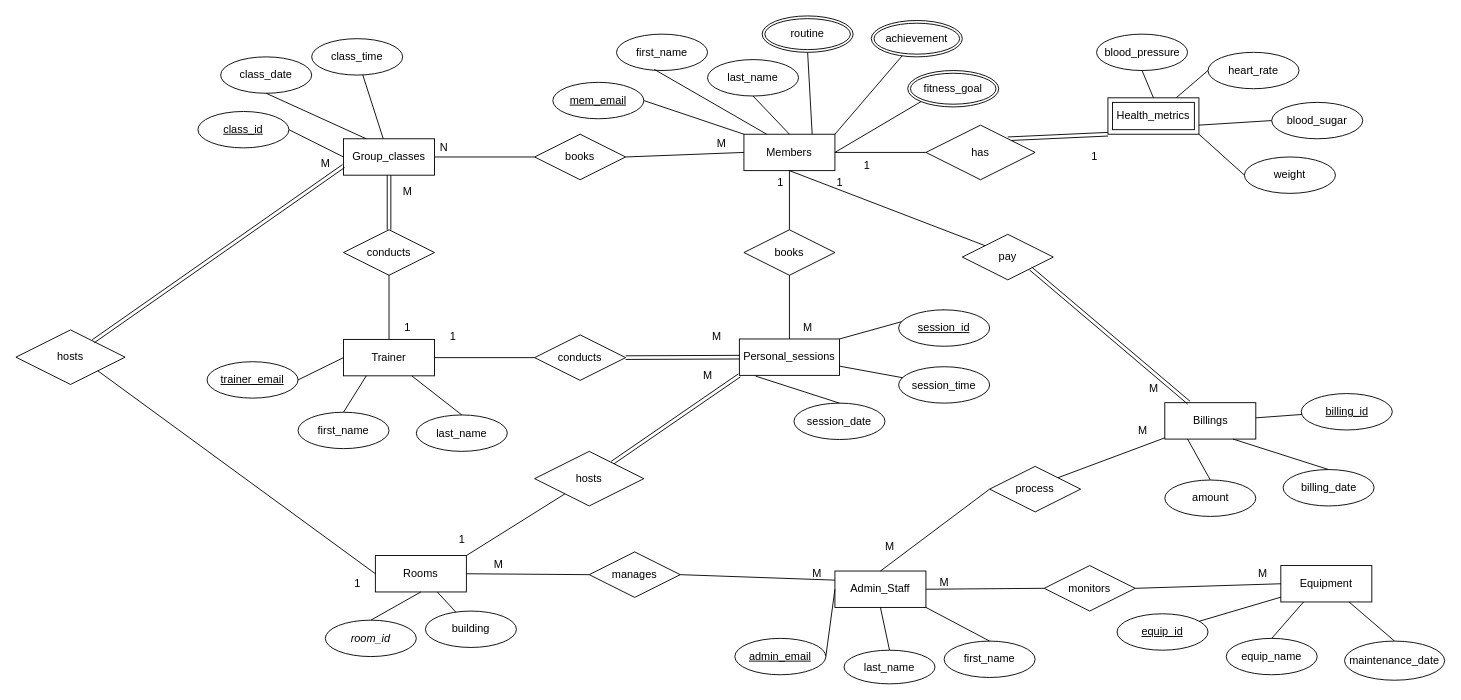
The draw.io diagram design_diagrams/ER_Model.drawio in Areej504/UrHealthApp, before the edit. Source tidied: cells renumbered, new cells numbered last; positions are measured from the earlier drawing's top-left corner, leaving out a move shared by most shapes. Both pictures are drawn from the tidied source at 91%, with x=0, y=0 at pixel (15, 15).
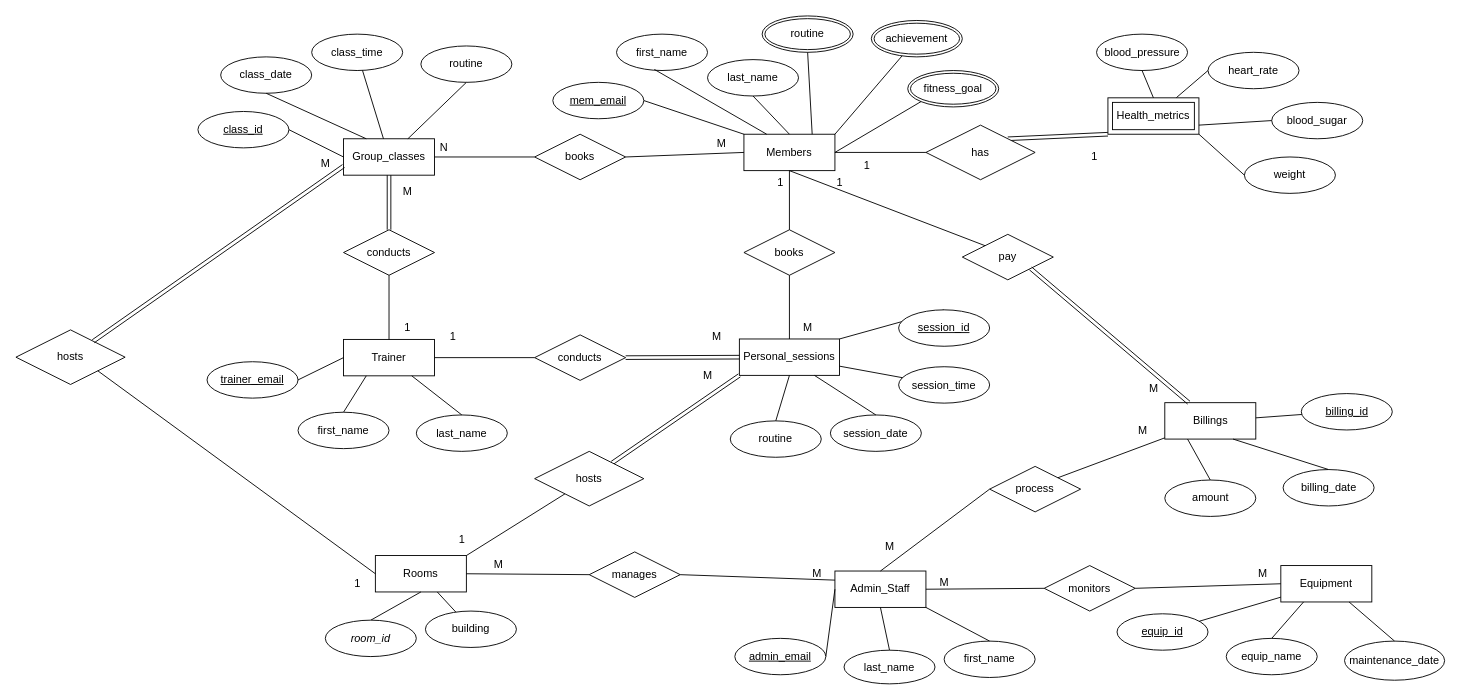
The same page after the edit.

Unchanged cells that the change refers to:
```xml
<mxCell id="28" value="Personal_sessions" style="whiteSpace=wrap;html=1;align=center;" parent="1" vertex="1">
  <mxGeometry x="795" y="355" width="110" height="40" as="geometry" />
</mxCell>
<mxCell id="63" value="Group_classes" style="whiteSpace=wrap;html=1;align=center;" parent="1" vertex="1">
  <mxGeometry x="360" y="135" width="100" height="40" as="geometry" />
</mxCell>
```

The edit, as a diff of the source:
```diff
@@
     <mxCell id="29" value="session_date" style="ellipse;whiteSpace=wrap;html=1;align=center;" parent="1" vertex="1">
-      <mxGeometry x="855" y="425.5" width="100" height="40" as="geometry" />
+      <mxGeometry x="895" y="438.5" width="100" height="40" as="geometry" />
     </mxCell>
@@
-    <mxCell id="31" style="endArrow=none;html=1;rounded=0;entryX=0.5;entryY=0;entryDx=0;entryDy=0;exitX=0.162;exitY=1.02;exitDx=0;exitDy=0;exitPerimeter=0;" parent="1" edge="1" source="28" target="29">
+    <mxCell id="31" style="endArrow=none;html=1;rounded=0;entryX=0.5;entryY=0;entryDx=0;entryDy=0;exitX=0.75;exitY=1;exitDx=0;exitDy=0;" parent="1" edge="1" source="28" target="29">
       <mxGeometry relative="1" as="geometry" />
     </mxCell>
@@
     <mxCell id="69" value="class_time" style="ellipse;whiteSpace=wrap;html=1;align=center;" parent="1" vertex="1">
-      <mxGeometry x="325" y="25" width="100" height="40" as="geometry" />
+      <mxGeometry x="325" y="20" width="100" height="40" as="geometry" />
     </mxCell>
@@
+    <mxCell id="134" value="routine" style="ellipse;whiteSpace=wrap;html=1;align=center;" parent="1" vertex="1">
+      <mxGeometry x="445" y="33" width="100" height="40" as="geometry" />
+    </mxCell>
+    <mxCell id="135" style="endArrow=none;html=1;rounded=0;entryX=0.5;entryY=1;entryDx=0;entryDy=0;" parent="1" edge="1" source="63" target="134">
+      <mxGeometry relative="1" as="geometry" />
+    </mxCell>
+    <mxCell id="136" value="routine" style="ellipse;whiteSpace=wrap;html=1;align=center;" parent="1" vertex="1">
+      <mxGeometry x="785" y="445" width="100" height="40" as="geometry" />
+    </mxCell>
+    <mxCell id="137" style="endArrow=none;html=1;rounded=0;entryX=0.5;entryY=1;entryDx=0;entryDy=0;exitX=0.5;exitY=0;exitDx=0;exitDy=0;" parent="1" edge="1" source="136" target="28">
+      <mxGeometry relative="1" as="geometry" />
+    </mxCell>
```
